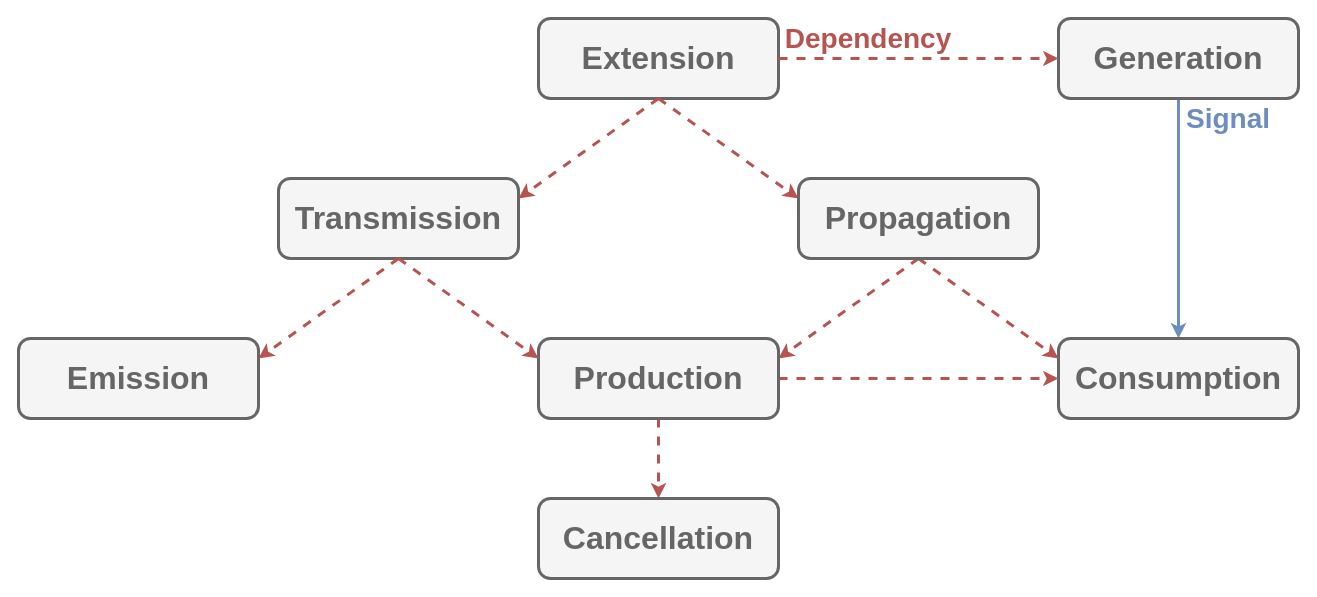
The draw.io diagram Documentation/Resources/Signalization.drawio in do-i-know-it/YggdrAshill.Nuadha, before the edit. Source tidied: cells renumbered, new cells numbered last; positions are measured from the earlier drawing's top-left corner, leaving out a move shared by most shapes. Both pictures are drawn from the tidied source at 100%, with x=0, y=0 at pixel (18, 18).
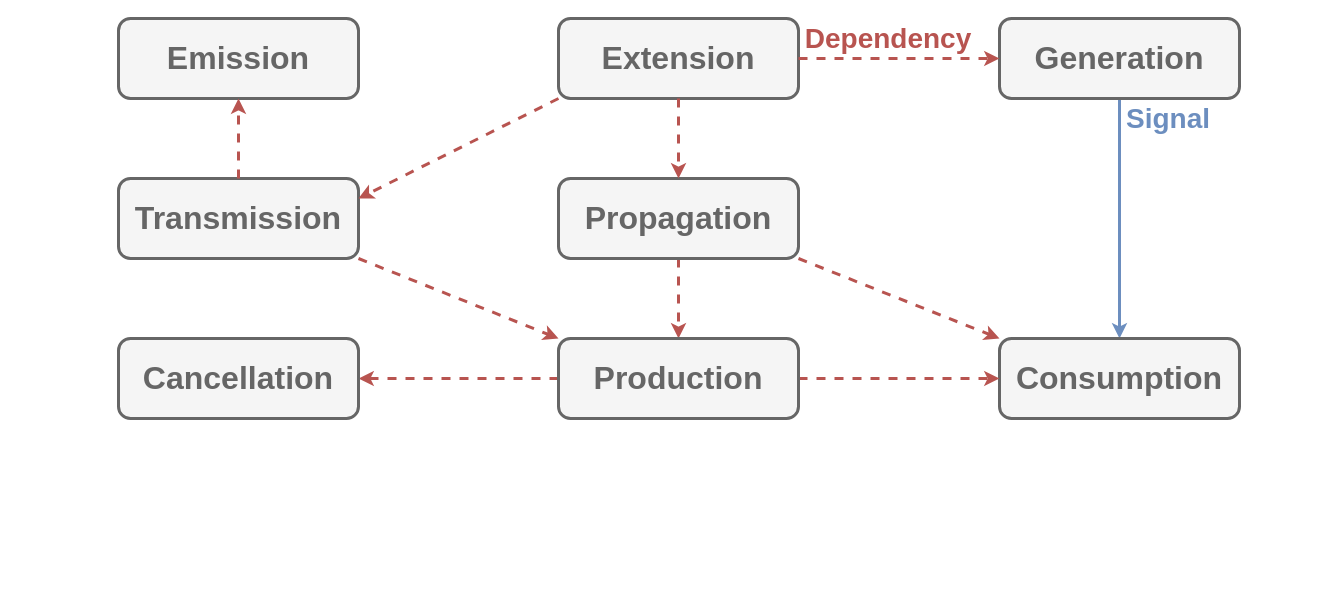
The same page after the edit.

Change to the diagram source:
```diff
@@
-    <mxCell id="2" style="endArrow=classic;html=1;entryX=0.5;entryY=0;entryDx=0;entryDy=0;fillColor=#f8cecc;strokeColor=#b85450;strokeWidth=3;dashed=1;exitX=0.5;exitY=1;exitDx=0;exitDy=0;" parent="1" edge="1" source="13" target="7">
+    <mxCell id="2" style="endArrow=classic;html=1;fillColor=#f8cecc;strokeColor=#b85450;strokeWidth=3;dashed=1;exitX=0;exitY=0.5;exitDx=0;exitDy=0;" parent="1" edge="1" source="13" target="7">
       <mxGeometry relative="1" as="geometry" />
     </mxCell>
@@
     <mxCell id="4" value="&lt;b&gt;&lt;font style=&quot;font-size: 28px&quot; color=&quot;#b85450&quot;&gt;Dependency&lt;/font&gt;&lt;/b&gt;" style="text;html=1;align=center;verticalAlign=middle;whiteSpace=wrap;rounded=0;" parent="1" vertex="1">
-      <mxGeometry x="760" width="180" height="40" as="geometry" />
+      <mxGeometry x="780" width="180" height="40" as="geometry" />
     </mxCell>
     <mxCell id="5" value="&lt;b&gt;&lt;font style=&quot;font-size: 28px&quot; color=&quot;#6c8ebf&quot;&gt;Signal&lt;/font&gt;&lt;/b&gt;" style="text;html=1;align=center;verticalAlign=middle;whiteSpace=wrap;rounded=0;" parent="1" vertex="1">
-      <mxGeometry x="1160" y="80" width="100" height="40" as="geometry" />
+      <mxGeometry x="1100" y="80" width="100" height="40" as="geometry" />
     </mxCell>
     <mxCell id="6" value="&lt;font style=&quot;font-size: 32px&quot; color=&quot;#666666&quot;&gt;&lt;b&gt;Consumption&lt;/b&gt;&lt;/font&gt;" style="rounded=1;whiteSpace=wrap;html=1;fillColor=#f5f5f5;strokeColor=#666666;strokeWidth=3;fontColor=#333333;" parent="1" vertex="1">
-      <mxGeometry x="1040" y="320" width="240" height="80" as="geometry" />
+      <mxGeometry x="981" y="320" width="240" height="80" as="geometry" />
     </mxCell>
     <mxCell id="7" value="&lt;font style=&quot;font-size: 32px&quot; color=&quot;#666666&quot;&gt;&lt;b&gt;Cancellation&lt;/b&gt;&lt;/font&gt;" style="rounded=1;whiteSpace=wrap;html=1;fillColor=#f5f5f5;strokeColor=#666666;strokeWidth=3;fontColor=#333333;" parent="1" vertex="1">
-      <mxGeometry x="520" y="480" width="240" height="80" as="geometry" />
+      <mxGeometry x="100" y="320" width="240" height="80" as="geometry" />
     </mxCell>
@@
     <mxCell id="9" value="&lt;b style=&quot;color: rgb(102 , 102 , 102) ; font-size: 32px&quot;&gt;Emission&lt;/b&gt;" style="rounded=1;whiteSpace=wrap;html=1;fillColor=#f5f5f5;strokeColor=#666666;strokeWidth=3;fontColor=#333333;" parent="1" vertex="1">
-      <mxGeometry y="320" width="240" height="80" as="geometry" />
+      <mxGeometry x="100" width="240" height="80" as="geometry" />
     </mxCell>
     <mxCell id="10" value="&lt;font color=&quot;#666666&quot;&gt;&lt;span style=&quot;font-size: 32px&quot;&gt;&lt;b&gt;Transmission&lt;/b&gt;&lt;/span&gt;&lt;/font&gt;" style="rounded=1;whiteSpace=wrap;html=1;fillColor=#f5f5f5;strokeColor=#666666;strokeWidth=3;fontColor=#333333;" parent="1" vertex="1">
-      <mxGeometry x="260" y="160" width="240" height="80" as="geometry" />
+      <mxGeometry x="100" y="160" width="240" height="80" as="geometry" />
     </mxCell>
-    <mxCell id="11" style="endArrow=classic;html=1;fillColor=#f8cecc;strokeColor=#b85450;strokeWidth=3;dashed=1;exitX=0.5;exitY=1;exitDx=0;exitDy=0;entryX=0;entryY=0.25;entryDx=0;entryDy=0;" parent="1" edge="1" source="16" target="6">
+    <mxCell id="11" style="endArrow=classic;html=1;fillColor=#f8cecc;strokeColor=#b85450;strokeWidth=3;dashed=1;exitX=1;exitY=1;exitDx=0;exitDy=0;entryX=0;entryY=0;entryDx=0;entryDy=0;" parent="1" edge="1" source="16" target="6">
       <mxGeometry relative="1" as="geometry" />
     </mxCell>
-    <mxCell id="12" style="endArrow=classic;html=1;exitX=0.5;exitY=1;exitDx=0;exitDy=0;fillColor=#f8cecc;strokeColor=#b85450;strokeWidth=3;dashed=1;entryX=1;entryY=0.25;entryDx=0;entryDy=0;" parent="1" edge="1" source="16" target="13">
+    <mxCell id="12" style="endArrow=classic;html=1;exitX=0.5;exitY=1;exitDx=0;exitDy=0;fillColor=#f8cecc;strokeColor=#b85450;strokeWidth=3;dashed=1;" parent="1" edge="1" source="16" target="13">
       <mxGeometry relative="1" as="geometry" />
     </mxCell>
     <mxCell id="13" value="&lt;b style=&quot;color: rgb(102 , 102 , 102) ; font-size: 32px&quot;&gt;Production&lt;/b&gt;" style="rounded=1;whiteSpace=wrap;html=1;strokeWidth=3;fillColor=#f5f5f5;strokeColor=#666666;fontColor=#333333;" parent="1" vertex="1">
-      <mxGeometry x="520" y="320" width="240" height="80" as="geometry" />
+      <mxGeometry x="540" y="320" width="240" height="80" as="geometry" />
     </mxCell>
-    <mxCell id="14" style="endArrow=classic;html=1;fillColor=#f8cecc;strokeColor=#b85450;strokeWidth=3;dashed=1;exitX=0.5;exitY=1;exitDx=0;exitDy=0;entryX=1;entryY=0.25;entryDx=0;entryDy=0;" parent="1" edge="1" source="10" target="9">
+    <mxCell id="14" style="endArrow=classic;html=1;fillColor=#f8cecc;strokeColor=#b85450;strokeWidth=3;dashed=1;exitX=0.5;exitY=0;exitDx=0;exitDy=0;entryX=0.5;entryY=1;entryDx=0;entryDy=0;" parent="1" edge="1" source="10" target="9">
       <mxGeometry relative="1" as="geometry" />
     </mxCell>
-    <mxCell id="15" style="endArrow=classic;html=1;fillColor=#f8cecc;strokeColor=#b85450;strokeWidth=3;dashed=1;exitX=0.5;exitY=1;exitDx=0;exitDy=0;entryX=0;entryY=0.25;entryDx=0;entryDy=0;" parent="1" edge="1" source="10" target="13">
+    <mxCell id="15" style="endArrow=classic;html=1;fillColor=#f8cecc;strokeColor=#b85450;strokeWidth=3;dashed=1;entryX=0;entryY=0;entryDx=0;entryDy=0;exitX=1;exitY=1;exitDx=0;exitDy=0;" parent="1" edge="1" source="10" target="13">
       <mxGeometry relative="1" as="geometry" />
     </mxCell>
     <mxCell id="16" value="&lt;font color=&quot;#666666&quot;&gt;&lt;span style=&quot;font-size: 32px&quot;&gt;&lt;b&gt;Propagation&lt;/b&gt;&lt;/span&gt;&lt;/font&gt;" style="rounded=1;whiteSpace=wrap;html=1;fillColor=#f5f5f5;strokeColor=#666666;strokeWidth=3;fontColor=#333333;" parent="1" vertex="1">
-      <mxGeometry x="780" y="160" width="240" height="80" as="geometry" />
+      <mxGeometry x="540" y="160" width="240" height="80" as="geometry" />
     </mxCell>
     <mxCell id="17" value="&lt;b style=&quot;color: rgb(102 , 102 , 102) ; font-size: 32px&quot;&gt;Generation&lt;/b&gt;" style="rounded=1;whiteSpace=wrap;html=1;fillColor=#f5f5f5;strokeColor=#666666;strokeWidth=3;fontColor=#333333;" parent="1" vertex="1">
-      <mxGeometry x="1040" width="240" height="80" as="geometry" />
+      <mxGeometry x="981" width="240" height="80" as="geometry" />
     </mxCell>
     <mxCell id="18" value="&lt;font color=&quot;#666666&quot;&gt;&lt;span style=&quot;font-size: 32px&quot;&gt;&lt;b&gt;Extension&lt;/b&gt;&lt;/span&gt;&lt;/font&gt;" style="rounded=1;whiteSpace=wrap;html=1;fillColor=#f5f5f5;strokeColor=#666666;strokeWidth=3;fontColor=#333333;" parent="1" vertex="1">
-      <mxGeometry x="520" width="240" height="80" as="geometry" />
+      <mxGeometry x="540" width="240" height="80" as="geometry" />
     </mxCell>
-    <mxCell id="19" style="endArrow=classic;html=1;entryX=1;entryY=0.25;entryDx=0;entryDy=0;fillColor=#f8cecc;strokeColor=#b85450;strokeWidth=3;dashed=1;exitX=0.5;exitY=1;exitDx=0;exitDy=0;" parent="1" edge="1" source="18" target="10">
+    <mxCell id="19" style="endArrow=classic;html=1;entryX=1;entryY=0.25;entryDx=0;entryDy=0;fillColor=#f8cecc;strokeColor=#b85450;strokeWidth=3;dashed=1;exitX=0;exitY=1;exitDx=0;exitDy=0;" parent="1" edge="1" source="18" target="10">
       <mxGeometry relative="1" as="geometry" />
     </mxCell>
-    <mxCell id="20" style="endArrow=classic;html=1;entryX=0;entryY=0.25;entryDx=0;entryDy=0;fillColor=#f8cecc;strokeColor=#b85450;strokeWidth=3;dashed=1;exitX=0.5;exitY=1;exitDx=0;exitDy=0;" parent="1" edge="1" source="18" target="16">
+    <mxCell id="20" style="endArrow=classic;html=1;entryX=0.5;entryY=0;entryDx=0;entryDy=0;fillColor=#f8cecc;strokeColor=#b85450;strokeWidth=3;dashed=1;exitX=0.5;exitY=1;exitDx=0;exitDy=0;" parent="1" edge="1" source="18" target="16">
       <mxGeometry relative="1" as="geometry" />
     </mxCell>
```
